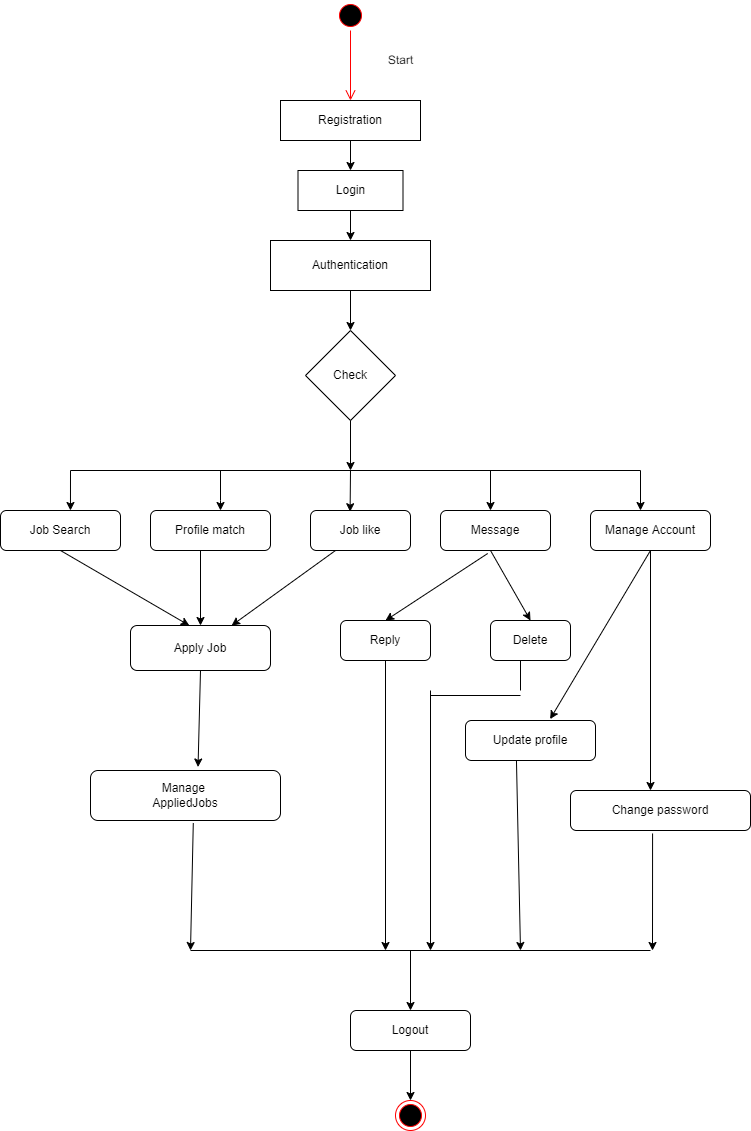
akshayar2712/ust-prograd-training keeps this draw.io diagram as object modelling/Activity Diagram.drawio.png. Above is the earlier version. Source tidied: cells renumbered, new cells last; positions are measured from the earlier drawing's top-left corner, leaving out a move shared by most shapes.
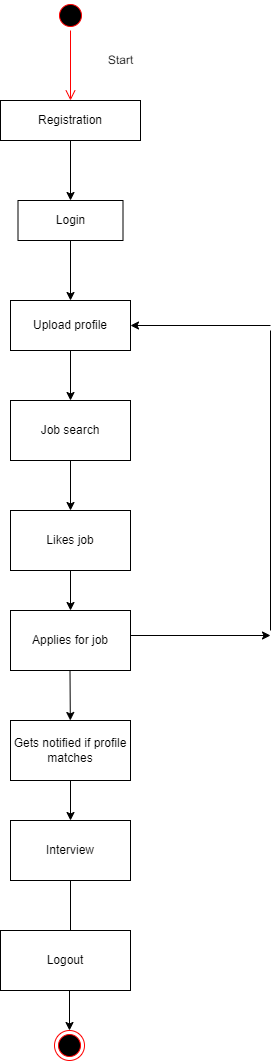
Above is the later version.

Diff of the diagram source:
```diff
@@ -2,163 +2,16 @@
   <root>
     <mxCell id="0" />
     <mxCell id="1" parent="0" />
-    <mxCell id="2" value="Check" style="rhombus;whiteSpace=wrap;html=1;" parent="1" vertex="1">
-      <mxGeometry x="305" y="330" width="90" height="90" as="geometry" />
-    </mxCell>
-    <mxCell id="3" style="endArrow=none;html=1;rounded=0;" parent="1" edge="1">
-      <mxGeometry relative="1" as="geometry">
-        <mxPoint x="70" y="470" as="sourcePoint" />
-        <mxPoint x="640" y="470" as="targetPoint" />
-      </mxGeometry>
-    </mxCell>
-    <mxCell id="4" value="Job like" style="rounded=1;whiteSpace=wrap;html=1;" parent="1" vertex="1">
-      <mxGeometry x="310" y="510" width="100" height="40" as="geometry" />
-    </mxCell>
-    <mxCell id="5" value="Profile match" style="rounded=1;whiteSpace=wrap;html=1;" parent="1" vertex="1">
-      <mxGeometry x="150" y="510" width="120" height="40" as="geometry" />
-    </mxCell>
-    <mxCell id="6" value="Message" style="rounded=1;whiteSpace=wrap;html=1;" parent="1" vertex="1">
-      <mxGeometry x="440" y="510" width="110" height="40" as="geometry" />
-    </mxCell>
-    <mxCell id="7" value="Manage Account" style="rounded=1;whiteSpace=wrap;html=1;" parent="1" vertex="1">
-      <mxGeometry x="590" y="510" width="120" height="40" as="geometry" />
-    </mxCell>
-    <mxCell id="8" value="Job Search" style="rounded=1;whiteSpace=wrap;html=1;" parent="1" vertex="1">
-      <mxGeometry y="510" width="120" height="40" as="geometry" />
-    </mxCell>
-    <mxCell id="9" style="endArrow=classic;html=1;rounded=0;" parent="1" edge="1">
-      <mxGeometry relative="1" as="geometry">
-        <mxPoint x="220" y="470" as="sourcePoint" />
-        <mxPoint x="220" y="510" as="targetPoint" />
-        <Array as="points">
-          <mxPoint x="220" y="500" />
-        </Array>
-      </mxGeometry>
-    </mxCell>
-    <mxCell id="10" style="endArrow=classic;html=1;rounded=0;" parent="1" edge="1">
-      <mxGeometry relative="1" as="geometry">
-        <mxPoint x="490" y="470" as="sourcePoint" />
-        <mxPoint x="490" y="510" as="targetPoint" />
-      </mxGeometry>
-    </mxCell>
-    <mxCell id="11" style="endArrow=classic;html=1;rounded=0;" parent="1" edge="1">
-      <mxGeometry relative="1" as="geometry">
-        <mxPoint x="640" y="470" as="sourcePoint" />
-        <mxPoint x="640" y="510" as="targetPoint" />
-      </mxGeometry>
-    </mxCell>
-    <mxCell id="12" style="endArrow=classic;html=1;rounded=0;entryX=0.583;entryY=0;entryDx=0;entryDy=0;entryPerimeter=0;" parent="1" edge="1" target="8">
-      <mxGeometry relative="1" as="geometry">
-        <mxPoint x="70" y="470" as="sourcePoint" />
-      </mxGeometry>
-    </mxCell>
-    <mxCell id="13" value="Apply Job" style="rounded=1;whiteSpace=wrap;html=1;" parent="1" vertex="1">
-      <mxGeometry x="130" y="625" width="140" height="45" as="geometry" />
-    </mxCell>
-    <mxCell id="14" value="Reply" style="rounded=1;whiteSpace=wrap;html=1;" parent="1" vertex="1">
-      <mxGeometry x="340" y="620" width="90" height="40" as="geometry" />
-    </mxCell>
-    <mxCell id="15" value="Delete" style="rounded=1;whiteSpace=wrap;html=1;" parent="1" vertex="1">
-      <mxGeometry x="490" y="620" width="80" height="40" as="geometry" />
-    </mxCell>
-    <mxCell id="16" value="Update profile" style="rounded=1;whiteSpace=wrap;html=1;" parent="1" vertex="1">
-      <mxGeometry x="465" y="720" width="130" height="40" as="geometry" />
-    </mxCell>
-    <mxCell id="17" value="Change password" style="rounded=1;whiteSpace=wrap;html=1;" parent="1" vertex="1">
-      <mxGeometry x="570" y="790" width="180" height="40" as="geometry" />
-    </mxCell>
-    <mxCell id="18" value="Manage &lt;br&gt;AppliedJobs" style="rounded=1;whiteSpace=wrap;html=1;" parent="1" vertex="1">
-      <mxGeometry x="90" y="770" width="190" height="50" as="geometry" />
-    </mxCell>
-    <mxCell id="19" style="endArrow=classic;html=1;rounded=0;entryX=0.42;entryY=0;entryDx=0;entryDy=0;entryPerimeter=0;" parent="1" edge="1" target="13">
-      <mxGeometry relative="1" as="geometry">
-        <mxPoint x="60" y="550" as="sourcePoint" />
-      </mxGeometry>
-    </mxCell>
-    <mxCell id="20" style="endArrow=classic;html=1;rounded=0;" parent="1" edge="1" target="13">
-      <mxGeometry relative="1" as="geometry">
-        <mxPoint x="200" y="550" as="sourcePoint" />
-      </mxGeometry>
-    </mxCell>
-    <mxCell id="21" style="endArrow=classic;html=1;rounded=0;exitX=0.25;exitY=1;exitDx=0;exitDy=0;" parent="1" edge="1" source="4" target="13">
-      <mxGeometry relative="1" as="geometry" />
-    </mxCell>
-    <mxCell id="22" style="endArrow=classic;html=1;rounded=0;exitX=0.429;exitY=1.075;exitDx=0;exitDy=0;exitPerimeter=0;entryX=0.5;entryY=0;entryDx=0;entryDy=0;" parent="1" edge="1" source="6" target="14">
-      <mxGeometry relative="1" as="geometry" />
-    </mxCell>
-    <mxCell id="23" style="endArrow=classic;html=1;rounded=0;entryX=0.5;entryY=0;entryDx=0;entryDy=0;" parent="1" edge="1" target="15">
-      <mxGeometry relative="1" as="geometry">
-        <mxPoint x="490" y="550" as="sourcePoint" />
-      </mxGeometry>
-    </mxCell>
-    <mxCell id="24" style="endArrow=classic;html=1;rounded=0;exitX=0.5;exitY=1;exitDx=0;exitDy=0;entryX=0.651;entryY=-0.035;entryDx=0;entryDy=0;entryPerimeter=0;" parent="1" edge="1" source="7" target="16">
-      <mxGeometry relative="1" as="geometry" />
-    </mxCell>
-    <mxCell id="25" style="endArrow=classic;html=1;rounded=0;exitX=0.5;exitY=1;exitDx=0;exitDy=0;" parent="1" edge="1" source="7">
-      <mxGeometry relative="1" as="geometry">
-        <mxPoint x="650" y="790" as="targetPoint" />
-      </mxGeometry>
-    </mxCell>
-    <mxCell id="26" style="endArrow=classic;html=1;rounded=0;entryX=0.566;entryY=-0.07;entryDx=0;entryDy=0;entryPerimeter=0;exitX=0.5;exitY=1;exitDx=0;exitDy=0;" parent="1" edge="1" source="13" target="18">
-      <mxGeometry relative="1" as="geometry" />
-    </mxCell>
-    <mxCell id="27" style="endArrow=none;html=1;rounded=0;" parent="1" edge="1">
-      <mxGeometry relative="1" as="geometry">
-        <mxPoint x="190" y="950" as="sourcePoint" />
-        <mxPoint x="650" y="950" as="targetPoint" />
-      </mxGeometry>
-    </mxCell>
-    <mxCell id="28" style="endArrow=classic;html=1;rounded=0;exitX=0.541;exitY=1.05;exitDx=0;exitDy=0;exitPerimeter=0;" parent="1" edge="1" source="18">
-      <mxGeometry relative="1" as="geometry">
-        <mxPoint x="190" y="950" as="targetPoint" />
-      </mxGeometry>
-    </mxCell>
-    <mxCell id="29" style="endArrow=classic;html=1;rounded=0;exitX=0.456;exitY=1.075;exitDx=0;exitDy=0;exitPerimeter=0;" parent="1" edge="1" source="17">
-      <mxGeometry relative="1" as="geometry">
-        <mxPoint x="652" y="950" as="targetPoint" />
-      </mxGeometry>
-    </mxCell>
-    <mxCell id="30" style="endArrow=classic;html=1;rounded=0;exitX=0.5;exitY=1;exitDx=0;exitDy=0;" parent="1" edge="1" source="14">
-      <mxGeometry relative="1" as="geometry">
-        <mxPoint x="385" y="950" as="targetPoint" />
-      </mxGeometry>
-    </mxCell>
-    <mxCell id="31" style="endArrow=classic;html=1;rounded=0;exitX=0.392;exitY=1.005;exitDx=0;exitDy=0;exitPerimeter=0;" parent="1" edge="1" source="16">
-      <mxGeometry relative="1" as="geometry">
-        <mxPoint x="520" y="950" as="targetPoint" />
-      </mxGeometry>
-    </mxCell>
-    <mxCell id="32" style="endArrow=classic;html=1;rounded=0;" parent="1" edge="1">
-      <mxGeometry relative="1" as="geometry">
-        <mxPoint x="430" y="690" as="sourcePoint" />
-        <mxPoint x="430" y="950" as="targetPoint" />
-      </mxGeometry>
-    </mxCell>
-    <mxCell id="33" style="endArrow=none;html=1;rounded=0;" parent="1" edge="1">
-      <mxGeometry relative="1" as="geometry">
-        <mxPoint x="520" y="690" as="sourcePoint" />
-        <mxPoint x="520" y="660" as="targetPoint" />
-      </mxGeometry>
-    </mxCell>
-    <mxCell id="34" style="endArrow=none;html=1;rounded=0;" parent="1" edge="1">
-      <mxGeometry relative="1" as="geometry">
-        <mxPoint x="430" y="695" as="sourcePoint" />
-        <mxPoint x="520" y="695" as="targetPoint" />
-      </mxGeometry>
-    </mxCell>
-    <mxCell id="35" value="Logout" style="rounded=1;whiteSpace=wrap;html=1;" parent="1" vertex="1">
-      <mxGeometry x="350" y="1010" width="120" height="40" as="geometry" />
-    </mxCell>
-    <mxCell id="36" style="endArrow=classic;html=1;rounded=0;entryX=0.5;entryY=0;entryDx=0;entryDy=0;" parent="1" edge="1" target="35">
+    <mxCell id="36" style="endArrow=classic;html=1;rounded=0;exitX=0.5;exitY=1;exitDx=0;exitDy=0;" parent="1" edge="1" source="62">
       <mxGeometry relative="1" as="geometry">
-        <mxPoint x="410" y="950" as="sourcePoint" />
+        <mxPoint x="350" y="950" as="targetPoint" />
       </mxGeometry>
     </mxCell>
-    <mxCell id="37" value="Authentication" style="rounded=0;whiteSpace=wrap;html=1;" parent="1" vertex="1">
-      <mxGeometry x="270" y="240" width="160" height="50" as="geometry" />
+    <mxCell id="37" value="Upload profile" style="rounded=0;whiteSpace=wrap;html=1;" parent="1" vertex="1">
+      <mxGeometry x="290" y="300" width="120" height="50" as="geometry" />
     </mxCell>
     <mxCell id="38" value="Login" style="rounded=0;whiteSpace=wrap;html=1;" parent="1" vertex="1">
-      <mxGeometry x="297.5" y="170" width="105" height="40" as="geometry" />
+      <mxGeometry x="297.5" y="200" width="105" height="40" as="geometry" />
     </mxCell>
     <mxCell id="39" value="Registration" style="rounded=0;whiteSpace=wrap;html=1;" parent="1" vertex="1">
       <mxGeometry x="280" y="100" width="140" height="40" as="geometry" />
@@ -177,31 +30,82 @@
     <mxCell id="43" style="endArrow=classic;html=1;rounded=0;exitX=0.5;exitY=1;exitDx=0;exitDy=0;" parent="1" edge="1" source="39" target="38">
       <mxGeometry relative="1" as="geometry" />
     </mxCell>
-    <mxCell id="44" style="endArrow=classic;html=1;rounded=0;exitX=0.5;exitY=1;exitDx=0;exitDy=0;entryX=0.5;entryY=0;entryDx=0;entryDy=0;" parent="1" edge="1" source="38" target="37">
-      <mxGeometry relative="1" as="geometry" />
+    <mxCell id="44" style="endArrow=classic;html=1;rounded=0;" parent="1" edge="1">
+      <mxGeometry relative="1" as="geometry">
+        <mxPoint x="350" y="240" as="sourcePoint" />
+        <mxPoint x="350" y="300" as="targetPoint" />
+      </mxGeometry>
     </mxCell>
-    <mxCell id="45" style="endArrow=classic;html=1;rounded=0;exitX=0.5;exitY=1;exitDx=0;exitDy=0;" parent="1" edge="1" source="37" target="2">
-      <mxGeometry relative="1" as="geometry" />
+    <mxCell id="45" style="endArrow=classic;html=1;rounded=0;" parent="1" edge="1">
+      <mxGeometry relative="1" as="geometry">
+        <mxPoint x="350" y="350" as="sourcePoint" />
+        <mxPoint x="350" y="400" as="targetPoint" />
+      </mxGeometry>
     </mxCell>
-    <mxCell id="46" style="endArrow=classic;html=1;rounded=0;" parent="1" edge="1">
-      <mxGeometry relative="1" as="geometry">
-        <mxPoint x="350" y="420" as="sourcePoint" />
-        <mxPoint x="350" y="470" as="targetPoint" />
-      </mxGeometry>
-    </mxCell>
-    <mxCell id="47" style="endArrow=classic;html=1;rounded=0;entryX=0.396;entryY=0.03;entryDx=0;entryDy=0;entryPerimeter=0;" parent="1" edge="1" target="4">
-      <mxGeometry relative="1" as="geometry">
-        <mxPoint x="350" y="470" as="sourcePoint" />
-      </mxGeometry>
-    </mxCell>
     <mxCell id="48" style="ellipse;html=1;shape=endState;fillColor=#000000;strokeColor=#ff0000;" parent="1" vertex="1">
-      <mxGeometry x="395" y="1100" width="30" height="30" as="geometry" />
+      <mxGeometry x="334" y="1030" width="30" height="30" as="geometry" />
     </mxCell>
-    <mxCell id="49" style="endArrow=classic;html=1;rounded=0;entryX=0.5;entryY=0;entryDx=0;entryDy=0;exitX=0.5;exitY=1;exitDx=0;exitDy=0;" parent="1" edge="1" source="35" target="48">
-      <mxGeometry relative="1" as="geometry" />
+    <mxCell id="49" style="endArrow=classic;html=1;rounded=0;entryX=0.5;entryY=0;entryDx=0;entryDy=0;" parent="1" edge="1" target="48">
+      <mxGeometry relative="1" as="geometry">
+        <mxPoint x="349" y="990" as="sourcePoint" />
+      </mxGeometry>
     </mxCell>
     <mxCell id="50" value="Start" style="text;html=1;align=center;verticalAlign=middle;fillColor=none;strokeColor=none;rounded=0;rotation=-1;fontSize=12;" parent="1" vertex="1">
       <mxGeometry x="380" y="50" width="40" height="20" as="geometry" />
     </mxCell>
+    <mxCell id="51" value="Job search" style="rounded=0;whiteSpace=wrap;html=1;" parent="1" vertex="1">
+      <mxGeometry x="290" y="400" width="120" height="60" as="geometry" />
+    </mxCell>
+    <mxCell id="52" style="endArrow=classic;html=1;rounded=0;" parent="1" edge="1" target="53">
+      <mxGeometry relative="1" as="geometry">
+        <mxPoint x="350" y="460" as="sourcePoint" />
+      </mxGeometry>
+    </mxCell>
+    <mxCell id="53" value="Likes job" style="rounded=0;whiteSpace=wrap;html=1;" parent="1" vertex="1">
+      <mxGeometry x="290" y="510" width="120" height="60" as="geometry" />
+    </mxCell>
+    <mxCell id="54" value="Applies for job" style="rounded=0;whiteSpace=wrap;html=1;" parent="1" vertex="1">
+      <mxGeometry x="290" y="610" width="120" height="60" as="geometry" />
+    </mxCell>
+    <mxCell id="55" style="endArrow=classic;html=1;rounded=0;exitX=0.5;exitY=1;exitDx=0;exitDy=0;" parent="1" edge="1" source="53" target="54">
+      <mxGeometry relative="1" as="geometry" />
+    </mxCell>
+    <mxCell id="56" style="endArrow=classic;html=1;rounded=0;" parent="1" edge="1" target="57">
+      <mxGeometry relative="1" as="geometry">
+        <mxPoint x="349.5" y="670" as="sourcePoint" />
+      </mxGeometry>
+    </mxCell>
+    <mxCell id="57" value="Gets notified if profile matches" style="rounded=0;whiteSpace=wrap;html=1;" parent="1" vertex="1">
+      <mxGeometry x="290" y="720" width="120" height="60" as="geometry" />
+    </mxCell>
+    <mxCell id="58" style="endArrow=classic;html=1;rounded=0;" parent="1" edge="1">
+      <mxGeometry relative="1" as="geometry">
+        <mxPoint x="350" y="780" as="sourcePoint" />
+        <mxPoint x="350" y="820" as="targetPoint" />
+      </mxGeometry>
+    </mxCell>
+    <mxCell id="59" style="endArrow=classic;html=1;rounded=0;" parent="1" edge="1">
+      <mxGeometry relative="1" as="geometry">
+        <mxPoint x="410" y="635" as="sourcePoint" />
+        <mxPoint x="550" y="635" as="targetPoint" />
+      </mxGeometry>
+    </mxCell>
+    <mxCell id="60" style="endArrow=none;html=1;rounded=0;" parent="1" edge="1">
+      <mxGeometry relative="1" as="geometry">
+        <mxPoint x="550" y="630" as="sourcePoint" />
+        <mxPoint x="550" y="330" as="targetPoint" />
+      </mxGeometry>
+    </mxCell>
+    <mxCell id="61" style="endArrow=classic;html=1;rounded=0;entryX=1;entryY=0.5;entryDx=0;entryDy=0;" parent="1" edge="1" target="37">
+      <mxGeometry relative="1" as="geometry">
+        <mxPoint x="550" y="325" as="sourcePoint" />
+      </mxGeometry>
+    </mxCell>
+    <mxCell id="62" value="Interview" style="rounded=0;whiteSpace=wrap;html=1;" parent="1" vertex="1">
+      <mxGeometry x="290" y="820" width="120" height="60" as="geometry" />
+    </mxCell>
+    <mxCell id="35" value="Logout" style="rounded=0;whiteSpace=wrap;html=1;" parent="1" vertex="1">
+      <mxGeometry x="280" y="930" width="130" height="60" as="geometry" />
+    </mxCell>
   </root>
 </mxGraphModel>
```
